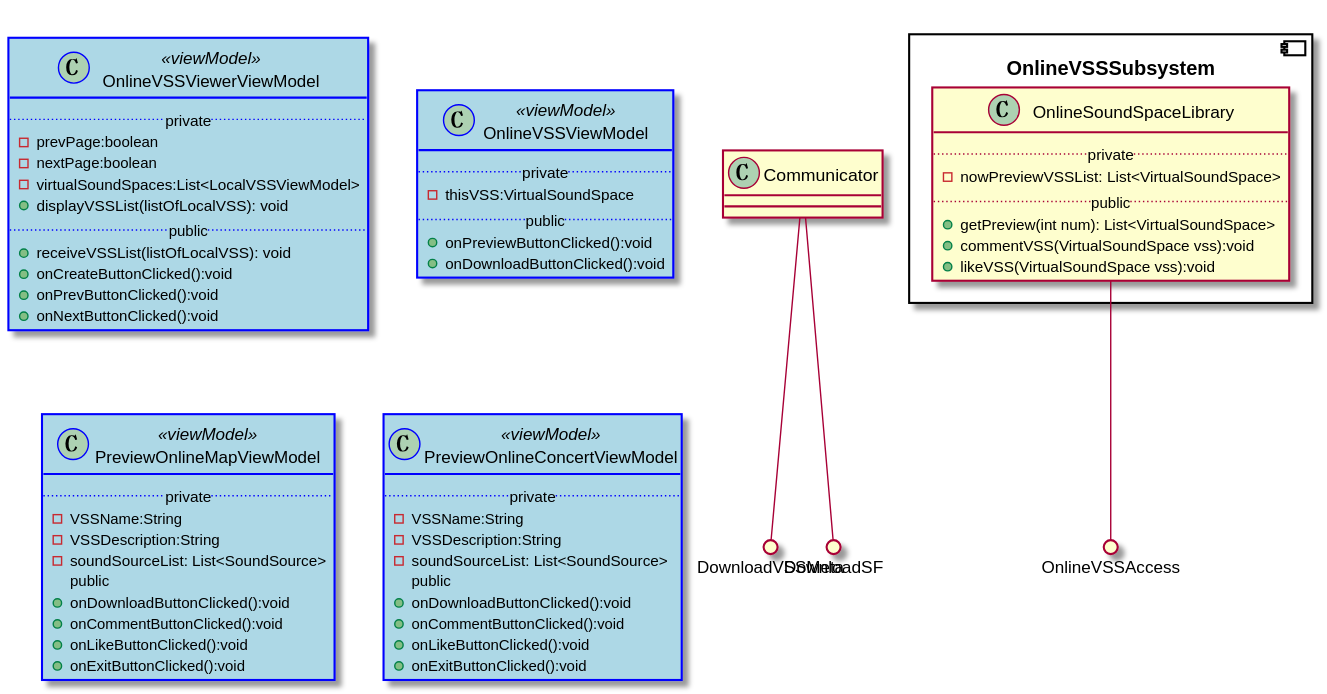
Before: 设计/Diagrams/OnlineVSSSubsystemClassDiagram.svg, a diagram exported from PlantUML (kpp19920121/doc).
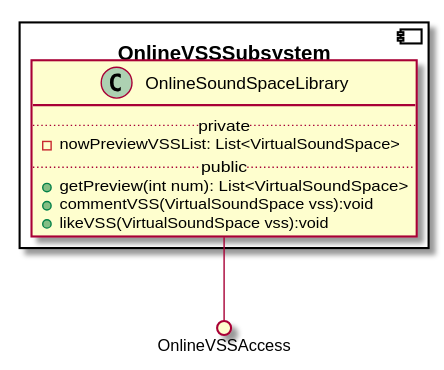
Later version of the same file.

Diff of the diagram source:
```diff
@@ -1,14 +1,4 @@
 @startuml Diagrams/OnlineVSSSubsystemClassDiagram
-skinparam class {
-
-	BackgroundColor<<viewModel>> LightBlue
-	BorderColor<<viewModel>> Blue
-    BackgroundColor<<control>> LightGray
-    BorderColor<<control>> Red
-    BackgroundColor<<entity>> LightYellow
-    BorderColor<<entity>> Yellow
-}
-
 component OnlineVSSSubsystem {
     class OnlineSoundSpaceLibrary {
     ..private..
@@ -20,53 +10,5 @@
     }
 }
 
-class OnlineVSSViewerViewModel <<viewModel>> {
-  ..private..
-  -prevPage:boolean
-  -nextPage:boolean
-  -virtualSoundSpaces:List<LocalVSSViewModel>
-	+displayVSSList(listOfLocalVSS): void
-  ..public..
-	+receiveVSSList(listOfLocalVSS): void
-  +onCreateButtonClicked():void
-  +onPrevButtonClicked():void
-  +onNextButtonClicked():void
-}
-
-class OnlineVSSViewModel <<viewModel>> {
-  ..private..
-  -thisVSS:VirtualSoundSpace
-  ..public..
-  +onPreviewButtonClicked():void
-  +onDownloadButtonClicked():void
-}
-
-class PreviewOnlineMapViewModel <<viewModel>> {
-	..private..
-  - VSSName:String
-  - VSSDescription:String
-	- soundSourceList: List<SoundSource>
-  ..public..
-  +onDownloadButtonClicked():void
-  +onCommentButtonClicked():void
-  +onLikeButtonClicked():void
-  +onExitButtonClicked():void
-}
-class PreviewOnlineConcertViewModel <<viewModel>> {
-	..private..
-  - VSSName:String
-  - VSSDescription:String
-	- soundSourceList: List<SoundSource>
-  ..public..
-  +onDownloadButtonClicked():void
-  +onCommentButtonClicked():void
-  +onLikeButtonClicked():void
-  +onExitButtonClicked():void
-}
-class Communicator{
-
-}
-Communicator --() DownloadVSSMeta
-Communicator --() DownloadSF
 OnlineSoundSpaceLibrary --() OnlineVSSAccess
 @enduml
```
